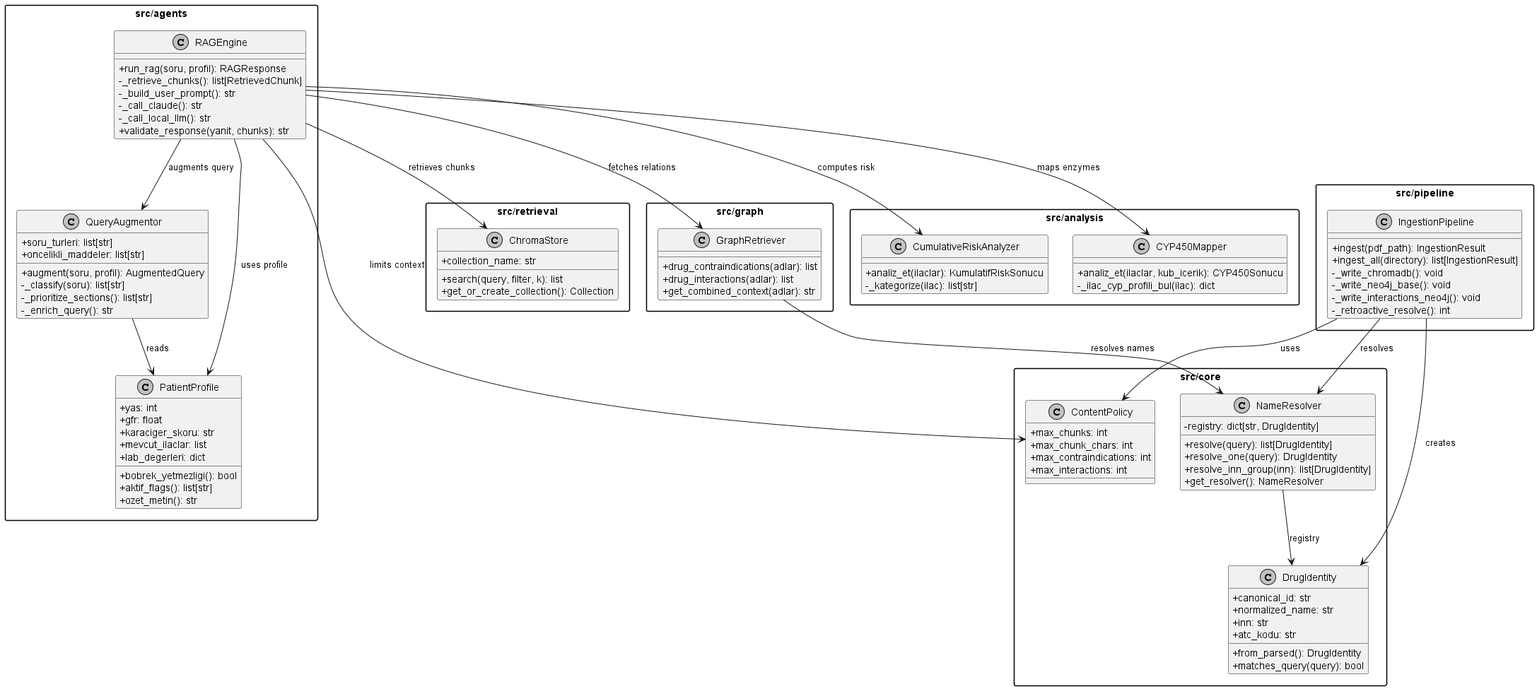
Before: data/diagrams/class/PharmAssist_Class.png, a diagram exported from PlantUML (batinkesc/pharmassist). Source of this version:
```plantuml
@startuml PharmAssist_Class
skinparam monochrome true
skinparam shadowing false
skinparam classAttributeIconSize 0
skinparam packageStyle rectangle

package "src/core" {
  class DrugIdentity {
    +canonical_id: str
    +normalized_name: str
    +inn: str
    +atc_kodu: str
    +from_parsed(): DrugIdentity
    +matches_query(query): bool
  }

  class NameResolver {
    -registry: dict[str, DrugIdentity]
    +resolve(query): list[DrugIdentity]
    +resolve_one(query): DrugIdentity
    +resolve_inn_group(inn): list[DrugIdentity]
    +get_resolver(): NameResolver
  }

  class ContentPolicy {
    +max_chunks: int
    +max_chunk_chars: int
    +max_contraindications: int
    +max_interactions: int
  }
}

package "src/agents" {
  class PatientProfile {
    +yas: int
    +gfr: float
    +karaciger_skoru: str
    +mevcut_ilaclar: list
    +lab_degerleri: dict
    +bobrek_yetmezligi(): bool
    +aktif_flags(): list[str]
    +ozet_metin(): str
  }

  class QueryAugmentor {
    +soru_turleri: list[str]
    +oncelikli_maddeler: list[str]
    +augment(soru, profil): AugmentedQuery
    -_classify(soru): list[str]
    -_prioritize_sections(): list[str]
    -_enrich_query(): str
  }

  class RAGEngine {
    +run_rag(soru, profil): RAGResponse
    -_retrieve_chunks(): list[RetrievedChunk]
    -_build_user_prompt(): str
    -_call_claude(): str
    -_call_local_llm(): str
    +validate_response(yanit, chunks): str
  }
}

package "src/retrieval" {
  class ChromaStore {
    +collection_name: str
    +search(query, filter, k): list
    +get_or_create_collection(): Collection
  }
}

package "src/graph" {
  class GraphRetriever {
    +drug_contraindications(adlar): list
    +drug_interactions(adlar): list
    +get_combined_context(adlar): str
  }
}

package "src/analysis" {
  class CumulativeRiskAnalyzer {
    +analiz_et(ilaclar): KumulatifRiskSonucu
    -_kategorize(ilac): list[str]
  }

  class CYP450Mapper {
    +analiz_et(ilaclar, kub_icerik): CYP450Sonucu
    -_ilac_cyp_profili_bul(ilac): dict
  }
}

package "src/pipeline" {
  class IngestionPipeline {
    +ingest(pdf_path): IngestionResult
    +ingest_all(directory): list[IngestionResult]
    -_write_chromadb(): void
    -_write_neo4j_base(): void
    -_write_interactions_neo4j(): void
    -_retroactive_resolve(): int
  }
}

NameResolver --> DrugIdentity : registry
IngestionPipeline --> DrugIdentity : creates
IngestionPipeline --> ContentPolicy : uses
IngestionPipeline --> NameResolver : resolves

RAGEngine --> QueryAugmentor : augments query
RAGEngine --> ChromaStore : retrieves chunks
RAGEngine --> GraphRetriever : fetches relations
RAGEngine --> CumulativeRiskAnalyzer : computes risk
RAGEngine --> CYP450Mapper : maps enzymes
RAGEngine --> ContentPolicy : limits context
RAGEngine --> PatientProfile : uses profile

QueryAugmentor --> PatientProfile : reads
GraphRetriever --> NameResolver : resolves names

@enduml
```
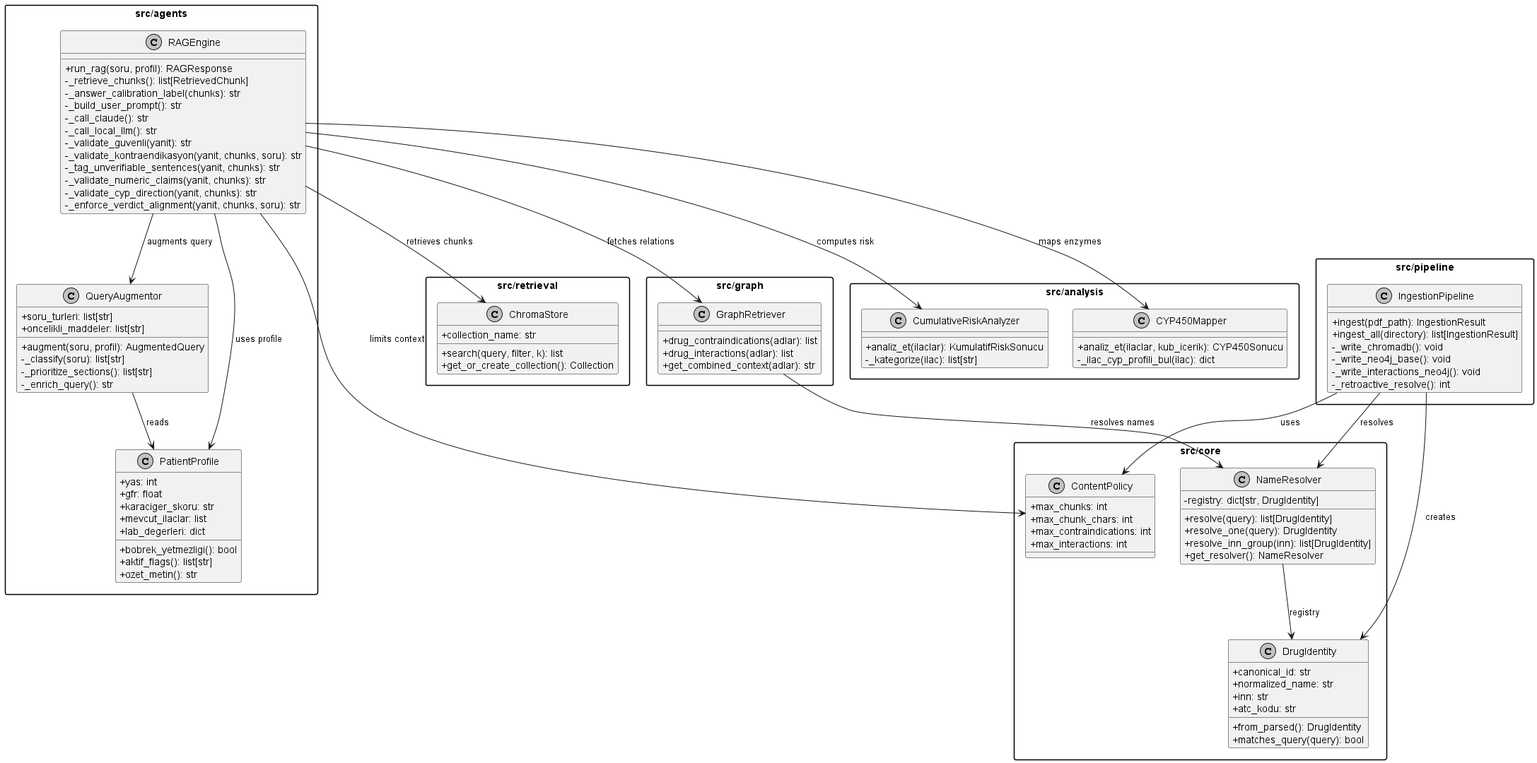
The same file after the commit.

Change to the diagram source:
```diff
@@ -54,10 +54,16 @@
   class RAGEngine {
     +run_rag(soru, profil): RAGResponse
     -_retrieve_chunks(): list[RetrievedChunk]
+    -_answer_calibration_label(chunks): str
     -_build_user_prompt(): str
     -_call_claude(): str
     -_call_local_llm(): str
-    +validate_response(yanit, chunks): str
+    -_validate_guvenli(yanit): str
+    -_validate_kontraendikasyon(yanit, chunks, soru): str
+    -_tag_unverifiable_sentences(yanit, chunks): str
+    -_validate_numeric_claims(yanit, chunks): str
+    -_validate_cyp_direction(yanit, chunks): str
+    -_enforce_verdict_alignment(yanit, chunks, soru): str
   }
 }
 
```
